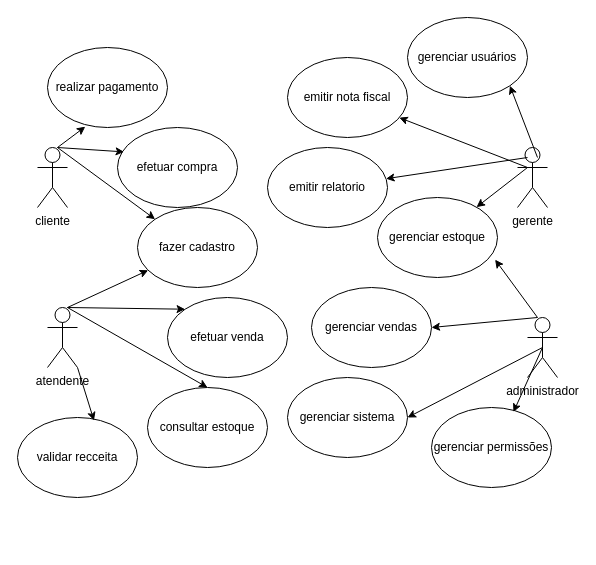
Before: page "Página-1" (1 of 2) of Diagrama sem nome.drawio in AnaBeatriz191/diagramasderequisitos, a draw.io diagram. Source tidied: cells renumbered, new cells numbered last; positions are measured from the earlier drawing's top-left corner, leaving out a move shared by most shapes. Both pictures are drawn from the tidied source at 100%, with x=0, y=0 at pixel (17, 17).
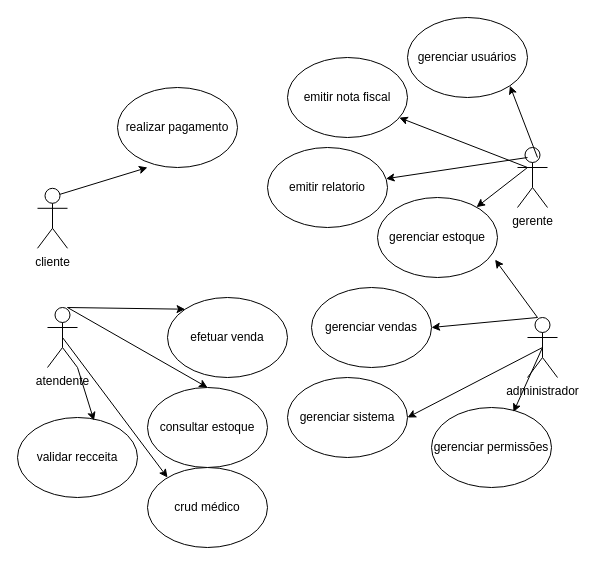
The same page after the edit.

Unchanged cells that the change refers to:
```xml
<mxCell id="4" value="atendente" style="shape=umlActor;verticalLabelPosition=bottom;verticalAlign=top;html=1;outlineConnect=0;" parent="1" vertex="1">
  <mxGeometry x="30" y="290" width="30" height="60" as="geometry" />
</mxCell>
```

Diff of the diagram source:
```diff
@@
     <mxCell id="5" value="cliente" style="shape=umlActor;verticalLabelPosition=bottom;verticalAlign=top;html=1;outlineConnect=0;" parent="1" vertex="1">
-      <mxGeometry x="20" y="130" width="30" height="60" as="geometry" />
+      <mxGeometry x="20" y="170.8" width="30" height="60" as="geometry" />
     </mxCell>
-    <mxCell id="6" value="fazer cadastro" style="ellipse;whiteSpace=wrap;html=1;" parent="1" vertex="1">
-      <mxGeometry x="120" y="190" width="120" height="80" as="geometry" />
-    </mxCell>
     <mxCell id="7" value="realizar pagamento" style="ellipse;whiteSpace=wrap;html=1;" parent="1" vertex="1">
-      <mxGeometry x="30" y="30" width="120" height="80" as="geometry" />
+      <mxGeometry x="100" y="70" width="120" height="80" as="geometry" />
     </mxCell>
@@
-    <mxCell id="9" value="efetuar compra" style="ellipse;whiteSpace=wrap;html=1;" parent="1" vertex="1">
-      <mxGeometry x="100" y="110" width="120" height="80" as="geometry" />
-    </mxCell>
@@
-    <mxCell id="18" style="endArrow=classic;html=1;rounded=0;entryX=0.315;entryY=0.99;entryDx=0;entryDy=0;entryPerimeter=0;" parent="1" edge="1" target="7">
-      <mxGeometry relative="1" as="geometry">
-        <mxPoint x="40" y="130" as="sourcePoint" />
-      </mxGeometry>
+    <mxCell id="18" style="endArrow=classic;html=1;rounded=0;entryX=0.25;entryY=1;entryDx=0;entryDy=0;entryPerimeter=0;exitX=0.75;exitY=0.1;exitDx=0;exitDy=0;exitPerimeter=0;" parent="1" edge="1" source="5" target="7">
+      <mxGeometry relative="1" as="geometry" />
     </mxCell>
-    <mxCell id="19" style="endArrow=classic;html=1;rounded=0;entryX=0.055;entryY=0.305;entryDx=0;entryDy=0;entryPerimeter=0;" parent="1" edge="1" target="9">
-      <mxGeometry relative="1" as="geometry">
-        <mxPoint x="40" y="130" as="sourcePoint" />
-      </mxGeometry>
-    </mxCell>
-    <mxCell id="20" style="endArrow=classic;html=1;rounded=0;entryX=0;entryY=0;entryDx=0;entryDy=0;" parent="1" edge="1" target="6">
-      <mxGeometry relative="1" as="geometry">
-        <mxPoint x="40" y="130" as="sourcePoint" />
-      </mxGeometry>
-    </mxCell>
-    <mxCell id="21" style="endArrow=classic;html=1;rounded=0;" parent="1" edge="1" target="6">
-      <mxGeometry relative="1" as="geometry">
-        <mxPoint x="50" y="290" as="sourcePoint" />
-      </mxGeometry>
-    </mxCell>
@@
+    <mxCell id="34" style="endArrow=classic;html=1;rounded=0;exitX=0.5;exitY=0.5;exitDx=0;exitDy=0;exitPerimeter=0;" parent="1" edge="1" source="4">
+      <mxGeometry relative="1" as="geometry">
+        <mxPoint x="150" y="460" as="targetPoint" />
+      </mxGeometry>
+    </mxCell>
+    <mxCell id="35" value="crud médico" style="ellipse;whiteSpace=wrap;html=1;" parent="1" vertex="1">
+      <mxGeometry x="130" y="450" width="120" height="80" as="geometry" />
+    </mxCell>
```
